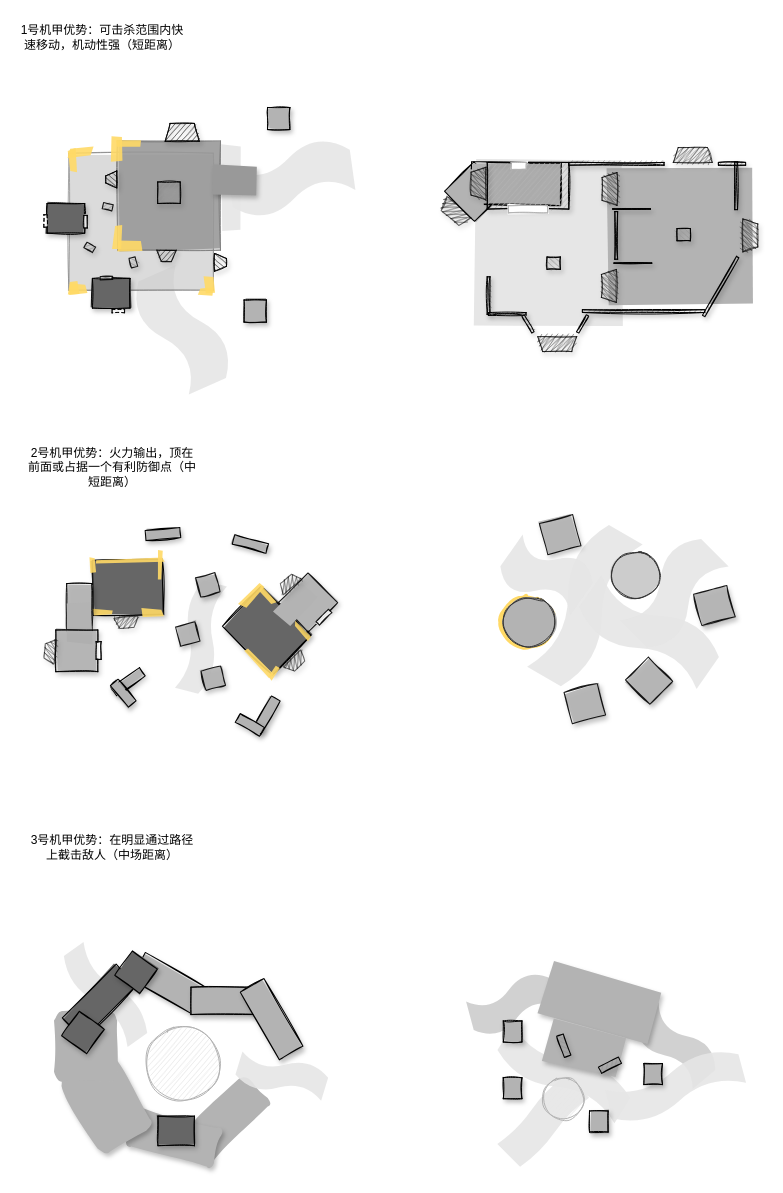
This is Pattern040506.drawio from Heynoodle/DRAWIO, a draw.io file, before an edit. Source tidied: cells renumbered, new cells numbered last; positions are measured from the earlier drawing's top-left corner, leaving out a move shared by most shapes. Both pictures are drawn from the tidied source at 100%, with x=0, y=0 at pixel (17, 17).
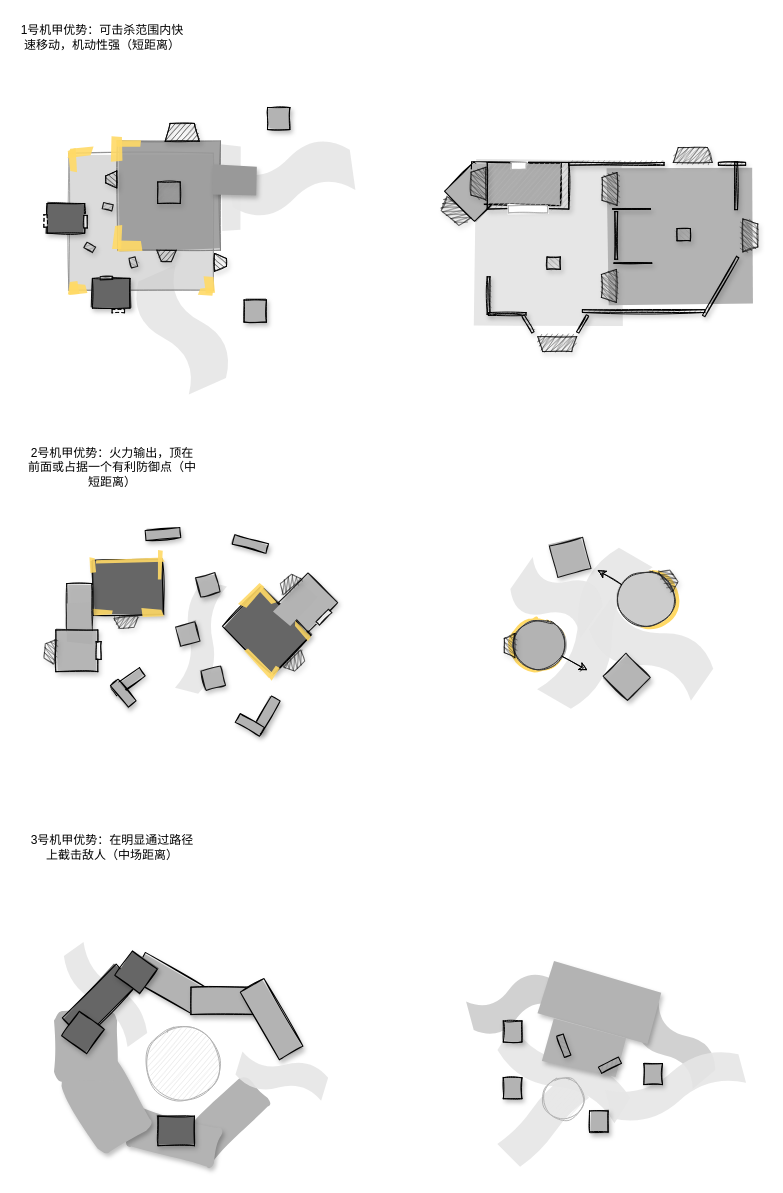
After the change.

The change refers to these unchanged cells:
```xml
<mxCell id="120" style="ellipse;whiteSpace=wrap;html=1;rounded=1;shadow=0;glass=0;sketch=1;fillStyle=solid;strokeColor=#333333;fillColor=#B3B3B3;" parent="117" vertex="1">
  <mxGeometry x="26.3" y="81.5" width="51.2" height="51.2" as="geometry" />
</mxCell>
```

The edit, as a diff of the source:
```diff
@@
     <mxCell id="117" style="group;" parent="1" vertex="1">
-      <mxGeometry x="460" y="497.3" width="278.5" height="234.1" as="geometry" />
+      <mxGeometry x="470" y="520" width="278.5" height="234.1" as="geometry" />
     </mxCell>
@@
-    <mxCell id="121" style="ellipse;whiteSpace=wrap;html=1;rounded=1;shadow=0;glass=0;sketch=1;fillStyle=solid;strokeColor=#333333;fillColor=#CCCCCC;" parent="117" vertex="1">
-      <mxGeometry x="133.9" y="36.7" width="48" height="48" as="geometry" />
-    </mxCell>
     <mxCell id="122" style="shape=tape;whiteSpace=wrap;html=1;shadow=0;opacity=90;rotation=-145;strokeColor=none;fillColor=#E6E6E6;" parent="117" vertex="1">
-      <mxGeometry x="99.9" y="84.7" width="143.3" height="64.9" as="geometry" />
+      <mxGeometry x="101.7" y="79.2" width="124.1" height="64.9" as="geometry" />
     </mxCell>
-    <mxCell id="123" style="rounded=0;whiteSpace=wrap;html=1;sketch=1;fillStyle=solid;shadow=1;strokeWidth=1;fillColor=#B3B3B3;opacity=90;rotation=-15;" parent="117" vertex="1">
-      <mxGeometry x="90.1" y="172.7" width="34.4" height="32.4" as="geometry" />
-    </mxCell>
     <mxCell id="124" style="rounded=0;whiteSpace=wrap;html=1;sketch=1;fillStyle=solid;shadow=1;strokeWidth=1;fillColor=#B3B3B3;opacity=90;rotation=45;" parent="117" vertex="1">
-      <mxGeometry x="154.4" y="149.6" width="34.4" height="32.4" as="geometry" />
+      <mxGeometry x="122" y="123.1" width="34.4" height="32.4" as="geometry" />
     </mxCell>
@@
-    <mxCell id="126" style="rounded=0;whiteSpace=wrap;html=1;sketch=1;fillStyle=solid;shadow=1;strokeWidth=1;fillColor=#B3B3B3;opacity=90;rotation=-15;" parent="117" vertex="1">
-      <mxGeometry x="219.7" y="74.5" width="34.4" height="32.4" as="geometry" />
-    </mxCell>
@@
-    <mxCell id="128" style="shape=tape;whiteSpace=wrap;html=1;shadow=0;opacity=90;rotation=-45;strokeColor=none;fillColor=#E6E6E6;" parent="117" vertex="1">
-      <mxGeometry x="139.3" y="46.1" width="114.9" height="64.9" as="geometry" />
-    </mxCell>
+    <mxCell id="145" style="endArrow=classic;html=1;sketch=1;" parent="117" edge="1" source="120">
+      <mxGeometry relative="1" as="geometry">
+        <mxPoint x="100" y="132.7" as="targetPoint" />
+      </mxGeometry>
+    </mxCell>
+    <mxCell id="146" style="ellipse;whiteSpace=wrap;html=1;rounded=1;shadow=0;glass=0;sketch=1;fillStyle=solid;fillColor=none;strokeColor=#FFD966;strokeWidth=4;" parent="117" vertex="1">
+      <mxGeometry x="137.6" y="36.7" width="51.2" height="51.2" as="geometry" />
+    </mxCell>
+    <mxCell id="121" style="ellipse;whiteSpace=wrap;html=1;rounded=1;shadow=0;glass=0;sketch=1;fillStyle=solid;strokeColor=#333333;fillColor=#CCCCCC;" parent="117" vertex="1">
+      <mxGeometry x="130" y="33.5" width="56.5" height="56.5" as="geometry" />
+    </mxCell>
+    <mxCell id="147" style="endArrow=classic;html=1;sketch=1;" parent="117" edge="1" source="121">
+      <mxGeometry relative="1" as="geometry">
+        <mxPoint x="110" y="32.7" as="targetPoint" />
+      </mxGeometry>
+    </mxCell>
+    <mxCell id="148" style="shape=trapezoid;perimeter=trapezoidPerimeter;whiteSpace=wrap;html=1;fixedSize=1;strokeWidth=1;sketch=1;shadow=1;rotation=55;fillStyle=zigzag;size=4.94497782389351;fillColor=#333333;opacity=60;" parent="117" vertex="1">
+      <mxGeometry x="170" y="36.1" width="24.2" height="10.6" as="geometry" />
+    </mxCell>
@@
+    <mxCell id="149" style="shape=trapezoid;perimeter=trapezoidPerimeter;whiteSpace=wrap;html=1;fixedSize=1;strokeWidth=1;sketch=1;shadow=1;rotation=-90;fillStyle=zigzag;size=4.94497782389351;fillColor=#333333;opacity=60;" parent="1" vertex="1">
+      <mxGeometry x="480" y="622.7" width="24.2" height="10.6" as="geometry" />
+    </mxCell>
```
